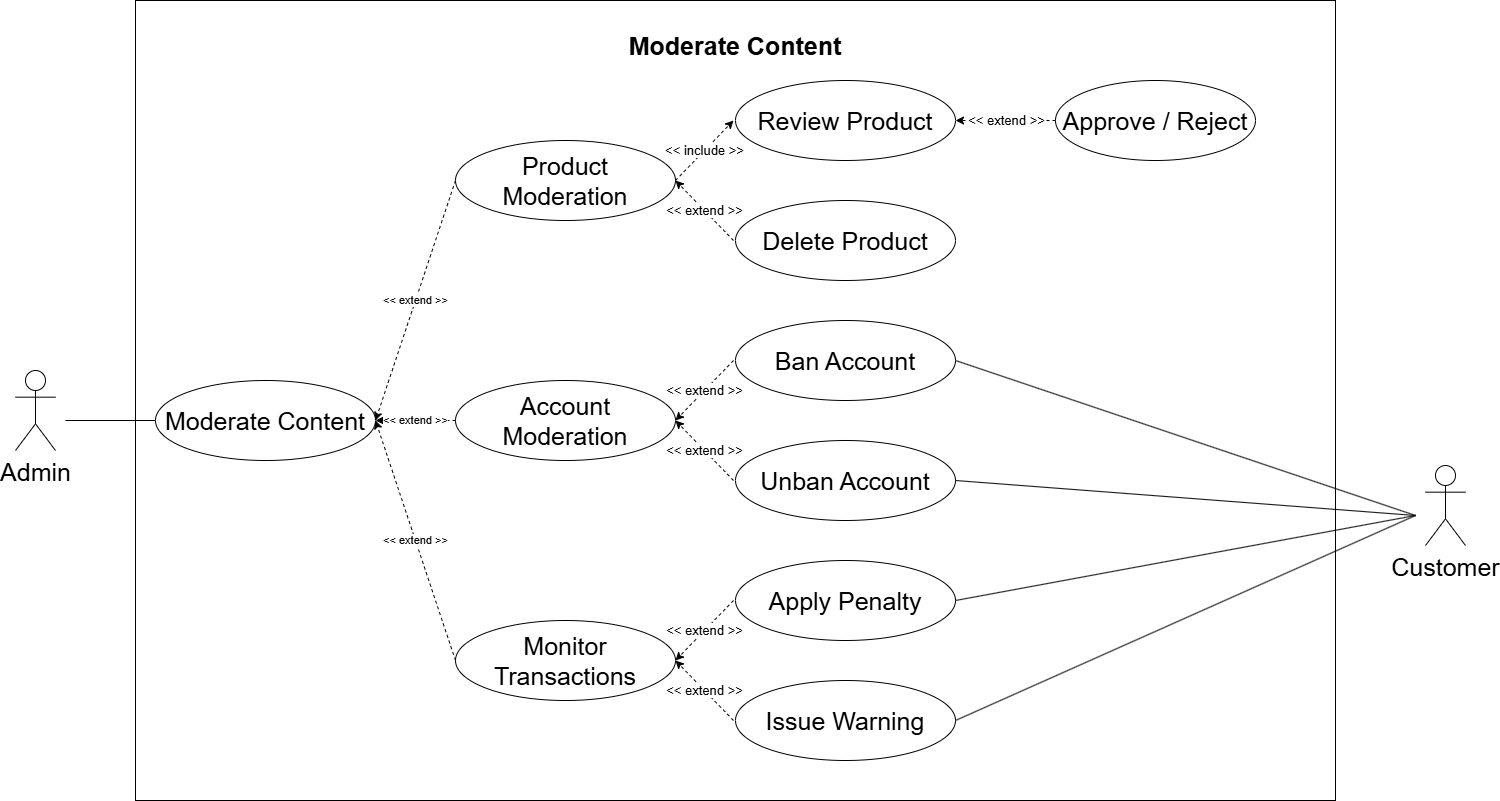
Thu-sunrise/cloud_computing keeps this draw.io diagram as docs/usecases/detailed/moderate_content.drawio.png. Above is the earlier version. Source tidied: cells renumbered, new cells last; positions are measured from the earlier drawing's top-left corner, leaving out a move shared by most shapes.
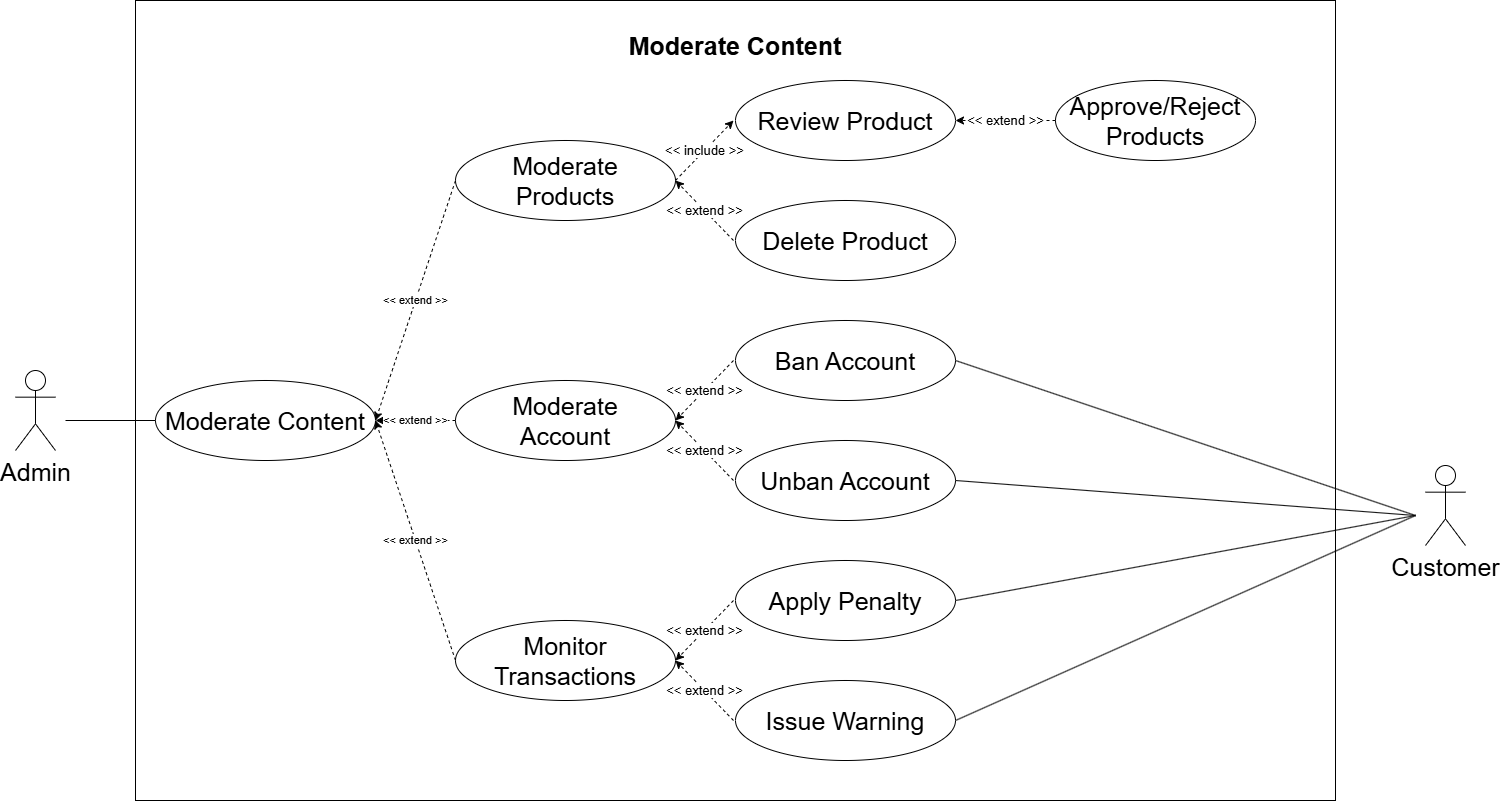
Above is the later version.

Commit message:
update uc support, balance, moderate

Diff of the diagram source:
```diff
@@ -8,13 +8,13 @@
     <mxCell id="3" value="Moderate Content" style="ellipse;whiteSpace=wrap;html=1;fontSize=25;" parent="1" vertex="1">
       <mxGeometry x="150" y="380" width="220" height="80" as="geometry" />
     </mxCell>
-    <mxCell id="4" value="Product Moderation" style="ellipse;whiteSpace=wrap;html=1;fontSize=25;" parent="1" vertex="1">
+    <mxCell id="4" value="&lt;div&gt;Moderate&lt;/div&gt;Products" style="ellipse;whiteSpace=wrap;html=1;fontSize=25;" parent="1" vertex="1">
       <mxGeometry x="450" y="140" width="220" height="80" as="geometry" />
     </mxCell>
     <mxCell id="5" value="Review Product" style="ellipse;whiteSpace=wrap;html=1;fontSize=25;" parent="1" vertex="1">
       <mxGeometry x="730" y="80" width="220" height="80" as="geometry" />
     </mxCell>
-    <mxCell id="6" value="Approve / Reject" style="ellipse;whiteSpace=wrap;html=1;fontSize=25;" parent="1" vertex="1">
+    <mxCell id="6" value="Approve/Reject&lt;div&gt;Products&lt;/div&gt;" style="ellipse;whiteSpace=wrap;html=1;fontSize=25;" parent="1" vertex="1">
       <mxGeometry x="1050" y="80" width="200" height="80" as="geometry" />
     </mxCell>
     <mxCell id="7" value="&amp;lt;&amp;lt; extend &amp;gt;&amp;gt;" style="edgeStyle=none;html=1;entryX=1;entryY=0.5;entryDx=0;entryDy=0;exitX=0;exitY=0.5;exitDx=0;exitDy=0;dashed=1;fontSize=13;" parent="1" edge="1" source="6" target="5">
@@ -28,7 +28,7 @@
         <mxPoint x="728" y="240" as="sourcePoint" />
       </mxGeometry>
     </mxCell>
-    <mxCell id="10" value="Account Moderation" style="ellipse;whiteSpace=wrap;html=1;fontSize=25;" parent="1" vertex="1">
+    <mxCell id="10" value="&lt;div&gt;Moderate&lt;/div&gt;Account" style="ellipse;whiteSpace=wrap;html=1;fontSize=25;" parent="1" vertex="1">
       <mxGeometry x="450" y="380" width="220" height="80" as="geometry" />
     </mxCell>
     <mxCell id="11" value="Ban Account" style="ellipse;whiteSpace=wrap;html=1;fontSize=25;" parent="1" vertex="1">
```
